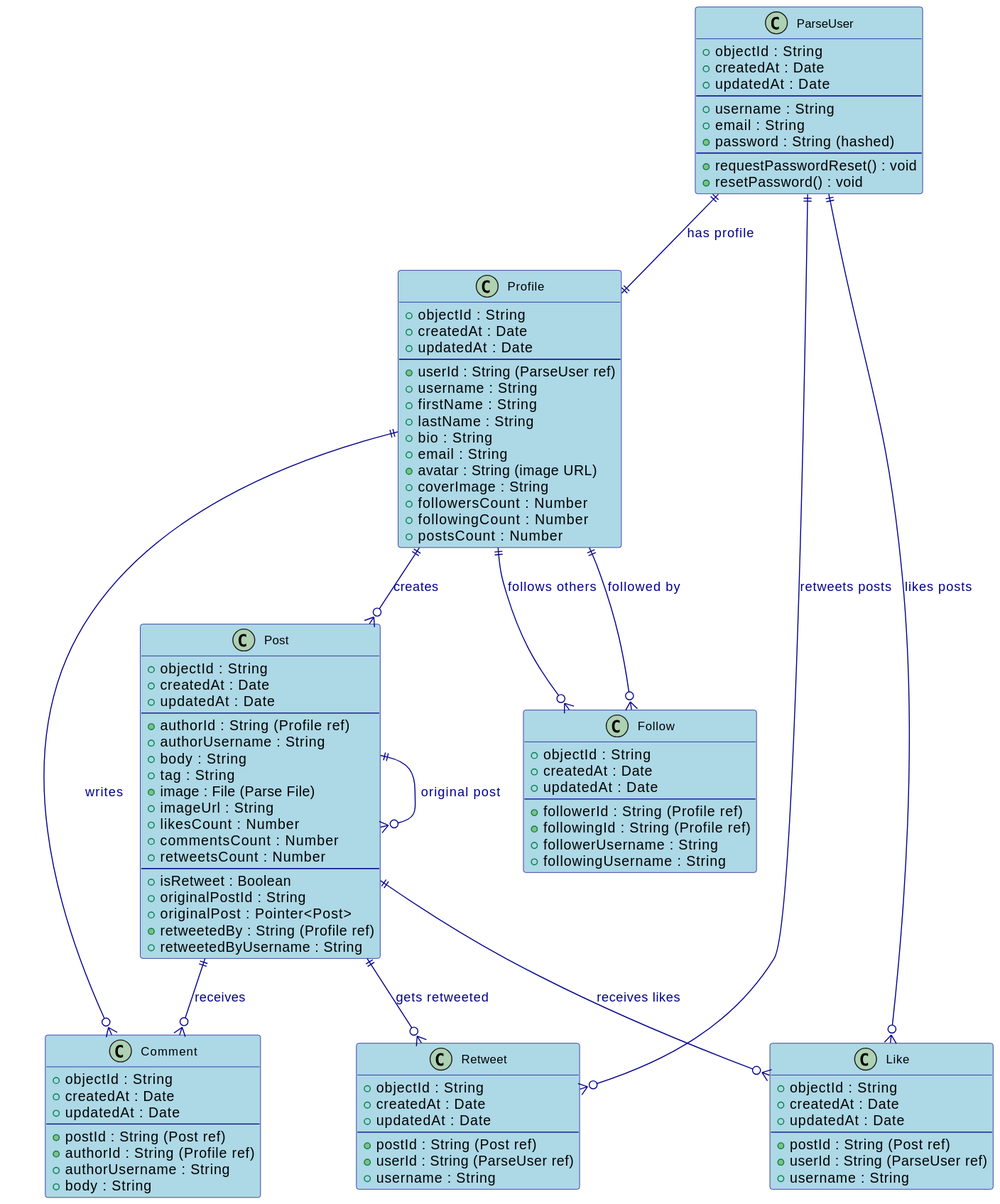
Earlier version of the PlantUML export src/utils/PostStream_F6_UML.svg (saifulislampi/post-stream).
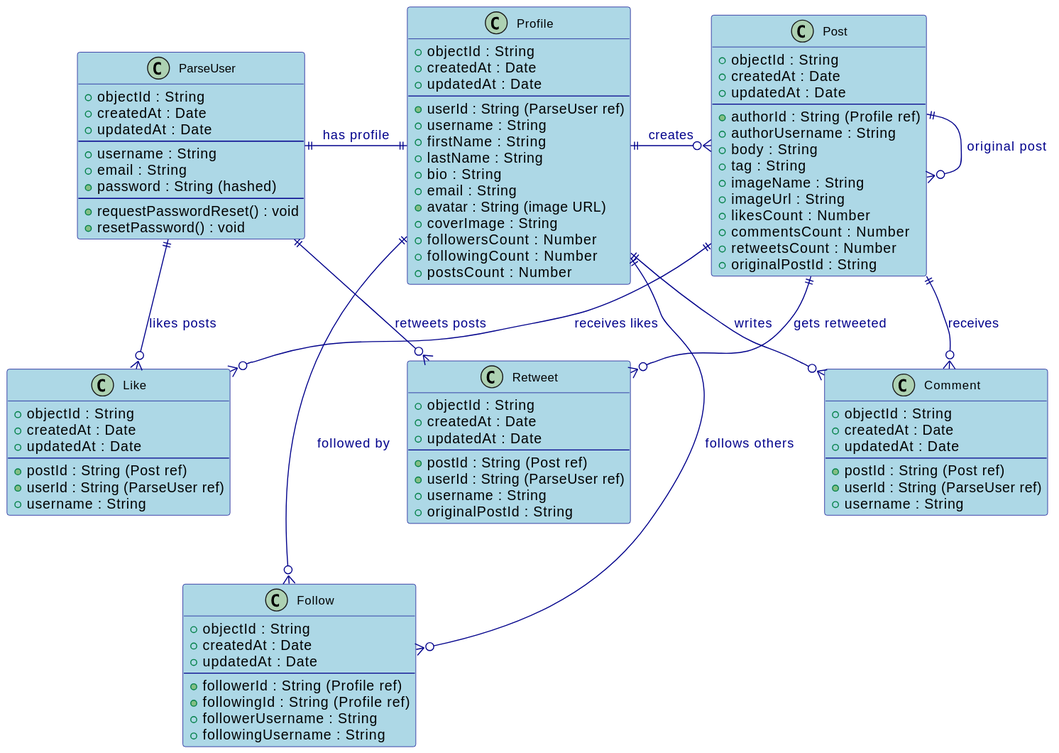
After the commit.

Change to the diagram source:
```diff
@@ -53,28 +53,12 @@
     +authorUsername : String
     +body : String
     +tag : String
-    +image : File (Parse File)
+    +imageName : String
     +imageUrl : String
     +likesCount : Number
     +commentsCount : Number
     +retweetsCount : Number
-    --
-    +isRetweet : Boolean
     +originalPostId : String
-    +originalPost : Pointer<Post>
-    +retweetedBy : String (Profile ref)
-    +retweetedByUsername : String
-}
-
-class Comment {
-    +objectId : String
-    +createdAt : Date
-    +updatedAt : Date
-    --
-    +postId : String (Post ref)
-    +authorId : String (Profile ref)
-    +authorUsername : String
-    +body : String
 }
 
 class Like {
@@ -95,6 +79,17 @@
     +postId : String (Post ref)
     +userId : String (ParseUser ref)
     +username : String
+    +originalPostId : String
+}
+
+class Comment {
+    +objectId : String
+    +createdAt : Date
+    +updatedAt : Date
+    --
+    +postId : String (Post ref)
+    +userId : String (ParseUser ref)
+    +username : String
 }
 
 class Follow {
@@ -107,6 +102,15 @@
     +followerUsername : String
     +followingUsername : String
 }
+
+ParseUser -[hidden]right- Profile
+Profile -[hidden]right- Post
+Like -[hidden]right- Retweet
+Retweet -[hidden]right- Comment
+ParseUser -[hidden]down- Like
+Profile -[hidden]down- Retweet
+Post -[hidden]down- Comment
+Like -[hidden]down- Follow
 
 ParseUser ||--|| Profile : "has profile"
 Profile ||--o{ Post : "creates"
```
